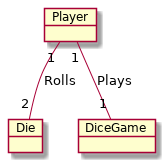
Before: UML/domain.png, a diagram exported from PlantUML (madsstorgaardnielsen/CDIO1_20_del1).
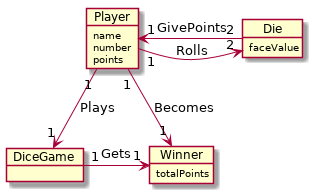
The same diagram one commit later.

Diff of the diagram source:
```diff
@@ -1,8 +1,20 @@
 @startuml
-object Player
-object Die
+object Player{
+	name
+	number
+	points
+}
+object Die{
+	faceValue
+}
 object DiceGame
+object Winner{
+	totalPoints
+}
 
-Player "1" -- "2" Die : Rolls
-Player "1" -- "1" DiceGame : Plays
+Player "1" -> "2" Die : Rolls
+Player "1" --> "1" DiceGame : Plays
+DiceGame "1" -> "1" Winner : Gets
+Die "2" --> "1" Player : GivePoints
+Player "1" --> "1" Winner : Becomes
 @enduml
```
